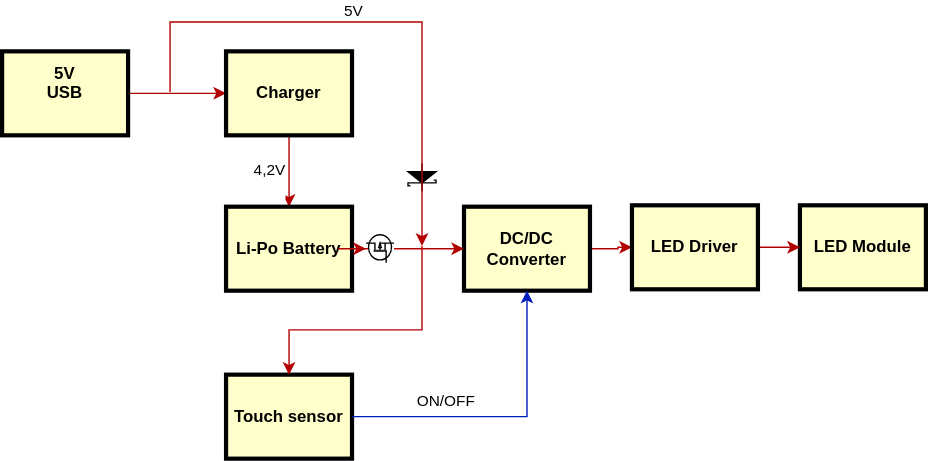
This is Diagram.drawio.svg from EtherEE/Christmas_trEE, a draw.io export, as it was before one commit. Source tidied: cells renumbered, new cells last; positions are measured from the earlier drawing's top-left corner, leaving out a move shared by most shapes. The source it was exported from:
```xml
<mxGraphModel>
  <root>
    <mxCell id="0" />
    <mxCell id="1" parent="0" />
    <mxCell id="2" style="edgeStyle=orthogonalEdgeStyle;rounded=0;jettySize=auto;html=1;fillColor=#e51400;strokeColor=#B20000;" parent="1" edge="1" source="3" target="6">
      <mxGeometry relative="1" as="geometry" />
    </mxCell>
    <mxCell id="3" value="5V&#10;USB&#10;" style="whiteSpace=wrap;align=center;verticalAlign=middle;fontStyle=1;strokeWidth=3;fillColor=#FFFFCC;" parent="1" vertex="1">
      <mxGeometry y="21" width="90" height="60" as="geometry" />
    </mxCell>
    <mxCell id="4" style="edgeStyle=orthogonalEdgeStyle;rounded=0;jettySize=auto;html=1;fillColor=#e51400;strokeColor=#B20000;" parent="1" edge="1" source="6" target="11">
      <mxGeometry relative="1" as="geometry" />
    </mxCell>
    <mxCell id="5" value="&lt;div&gt;4,2V&lt;/div&gt;&lt;div&gt;&lt;br&gt;&lt;/div&gt;" style="edgeLabel;html=1;align=center;verticalAlign=middle;" parent="4" vertex="1">
      <mxGeometry x="-0.07" y="2" relative="1" as="geometry">
        <mxPoint x="-17" y="7" as="offset" />
      </mxGeometry>
    </mxCell>
    <mxCell id="6" value="Charger" style="whiteSpace=wrap;align=center;verticalAlign=middle;fontStyle=1;strokeWidth=3;fillColor=#FFFFCC;" parent="1" vertex="1">
      <mxGeometry x="160" y="21" width="90" height="60" as="geometry" />
    </mxCell>
    <mxCell id="7" style="edgeStyle=orthogonalEdgeStyle;rounded=0;jettySize=auto;html=1;fillColor=#e51400;strokeColor=#B20000;" parent="1" edge="1" source="8" target="13">
      <mxGeometry relative="1" as="geometry" />
    </mxCell>
    <mxCell id="8" value="DC/DC Converter" style="whiteSpace=wrap;align=center;verticalAlign=middle;fontStyle=1;strokeWidth=3;fillColor=#FFFFCC;" parent="1" vertex="1">
      <mxGeometry x="330" y="132" width="90" height="60" as="geometry" />
    </mxCell>
    <mxCell id="9" value="LED Module" style="whiteSpace=wrap;align=center;verticalAlign=middle;fontStyle=1;strokeWidth=3;fillColor=#FFFFCC;" parent="1" vertex="1">
      <mxGeometry x="570" y="131" width="90" height="60" as="geometry" />
    </mxCell>
    <mxCell id="10" style="edgeStyle=orthogonalEdgeStyle;rounded=0;jettySize=auto;html=1;fillColor=#e51400;strokeColor=#B20000;" parent="1" edge="1" source="19" target="8">
      <mxGeometry relative="1" as="geometry" />
    </mxCell>
    <mxCell id="11" value="Li-Po Battery" style="whiteSpace=wrap;align=center;verticalAlign=middle;fontStyle=1;strokeWidth=3;fillColor=#FFFFCC;" parent="1" vertex="1">
      <mxGeometry x="160" y="132" width="90" height="60" as="geometry" />
    </mxCell>
    <mxCell id="12" style="edgeStyle=orthogonalEdgeStyle;rounded=0;jettySize=auto;html=1;fillColor=#e51400;strokeColor=#B20000;" parent="1" edge="1" source="13" target="9">
      <mxGeometry relative="1" as="geometry" />
    </mxCell>
    <mxCell id="13" value="LED Driver" style="whiteSpace=wrap;align=center;verticalAlign=middle;fontStyle=1;strokeWidth=3;fillColor=#FFFFCC;" parent="1" vertex="1">
      <mxGeometry x="450" y="131" width="90" height="60" as="geometry" />
    </mxCell>
    <mxCell id="14" value="Touch sensor" style="whiteSpace=wrap;align=center;verticalAlign=middle;fontStyle=1;strokeWidth=3;fillColor=#FFFFCC;" parent="1" vertex="1">
      <mxGeometry x="160" y="252" width="90" height="60" as="geometry" />
    </mxCell>
    <mxCell id="15" style="fillColor=strokeColor;verticalLabelPosition=bottom;shadow=0;dashed=0;align=center;html=1;verticalAlign=top;shape=mxgraph.electrical.diodes.schottky_diode;rotation=90;" parent="1" vertex="1">
      <mxGeometry x="290" y="101" width="20" height="20" as="geometry" />
    </mxCell>
    <mxCell id="16" style="endArrow=classic;html=1;rounded=0;fillColor=#e51400;strokeColor=#B20000;" parent="1" edge="1">
      <mxGeometry relative="1" as="geometry">
        <mxPoint x="120" y="50" as="sourcePoint" />
        <mxPoint x="300" y="160" as="targetPoint" />
        <Array as="points">
          <mxPoint x="120" />
          <mxPoint x="210" />
          <mxPoint x="300" />
        </Array>
      </mxGeometry>
    </mxCell>
    <mxCell id="17" value="5V" style="edgeLabel;html=1;align=center;verticalAlign=middle;" parent="16" vertex="1">
      <mxGeometry x="-0.07" relative="1" as="geometry">
        <mxPoint x="-2" y="-9" as="offset" />
      </mxGeometry>
    </mxCell>
    <mxCell id="18" style="edgeStyle=orthogonalEdgeStyle;rounded=0;jettySize=auto;html=1;fillColor=#e51400;strokeColor=#B20000;" parent="1" edge="1" source="11" target="19">
      <mxGeometry relative="1" as="geometry" />
    </mxCell>
    <mxCell id="19" style="verticalLabelPosition=bottom;shadow=0;dashed=0;align=center;html=1;verticalAlign=top;shape=mxgraph.electrical.mosfets1.p-channel_mosfet_1;rotation=-90;" parent="1" vertex="1">
      <mxGeometry x="260" y="152" width="20" height="20" as="geometry" />
    </mxCell>
    <mxCell id="20" style="edgeStyle=orthogonalEdgeStyle;rounded=0;jettySize=auto;html=1;fillColor=#e51400;strokeColor=#B20000;entryX=0.5;entryY=0;entryDx=0;entryDy=0;" parent="1" edge="1" target="14">
      <mxGeometry relative="1" as="geometry">
        <mxPoint x="300" y="160" as="sourcePoint" />
        <Array as="points">
          <mxPoint x="300" y="220" />
          <mxPoint x="205" y="220" />
        </Array>
      </mxGeometry>
    </mxCell>
    <mxCell id="21" style="edgeStyle=orthogonalEdgeStyle;rounded=0;jettySize=auto;html=1;fillColor=#0050ef;strokeColor=#001DBC;exitX=1;exitY=0.5;exitDx=0;exitDy=0;entryX=0.5;entryY=1;entryDx=0;entryDy=0;" parent="1" edge="1" source="14" target="8">
      <mxGeometry relative="1" as="geometry" />
    </mxCell>
    <mxCell id="22" value="ON/OFF" style="edgeLabel;html=1;align=center;verticalAlign=middle;" parent="21" vertex="1">
      <mxGeometry x="-0.39" y="-2" relative="1" as="geometry">
        <mxPoint y="-14" as="offset" />
      </mxGeometry>
    </mxCell>
  </root>
</mxGraphModel>
```
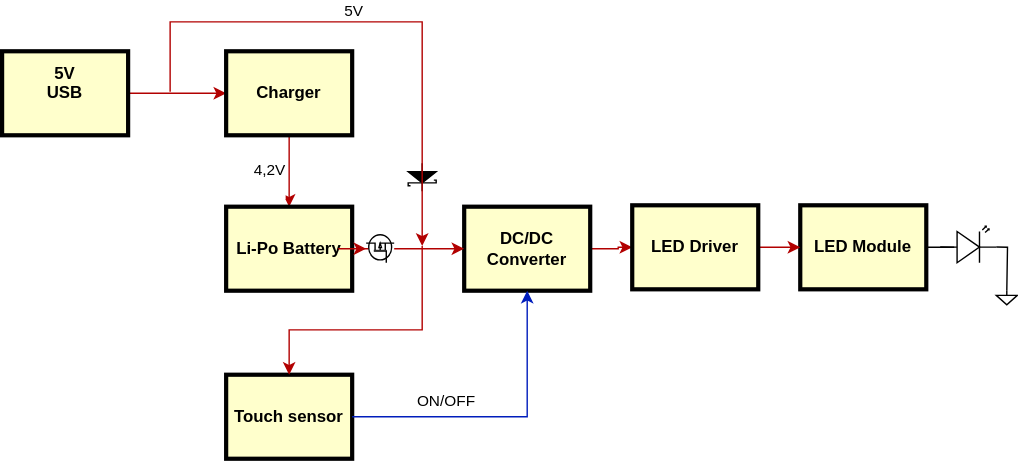
After the commit.

What changed in the source:
```diff
@@ -25,6 +25,9 @@
     <mxCell id="8" value="DC/DC Converter" style="whiteSpace=wrap;align=center;verticalAlign=middle;fontStyle=1;strokeWidth=3;fillColor=#FFFFCC;" parent="1" vertex="1">
       <mxGeometry x="330" y="132" width="90" height="60" as="geometry" />
     </mxCell>
+    <mxCell id="23" style="edgeStyle=orthogonalEdgeStyle;rounded=0;jettySize=auto;html=1;endArrow=none;endFill=0;entryX=0;entryY=0.57;entryDx=0;entryDy=0;entryPerimeter=0;" parent="1" edge="1" source="9" target="24">
+      <mxGeometry relative="1" as="geometry" />
+    </mxCell>
     <mxCell id="9" value="LED Module" style="whiteSpace=wrap;align=center;verticalAlign=middle;fontStyle=1;strokeWidth=3;fillColor=#FFFFCC;" parent="1" vertex="1">
       <mxGeometry x="570" y="131" width="90" height="60" as="geometry" />
     </mxCell>
@@ -85,5 +88,18 @@
         <mxPoint y="-14" as="offset" />
       </mxGeometry>
     </mxCell>
+    <mxCell id="24" style="verticalLabelPosition=bottom;shadow=0;dashed=0;align=center;html=1;verticalAlign=top;shape=mxgraph.electrical.opto_electronics.led_2;" parent="1" vertex="1">
+      <mxGeometry x="670" y="146" width="40" height="26" as="geometry" />
+    </mxCell>
+    <mxCell id="25" style="verticalLabelPosition=bottom;shadow=0;dashed=0;align=center;html=1;verticalAlign=top;shape=mxgraph.electrical.signal_sources.signal_ground;" parent="1" vertex="1">
+      <mxGeometry x="710" y="192" width="15" height="10" as="geometry" />
+    </mxCell>
+    <mxCell id="26" style="endArrow=none;html=1;rounded=0;entryX=1;entryY=0.57;entryDx=0;entryDy=0;entryPerimeter=0;exitX=0.5;exitY=0;exitDx=0;exitDy=0;exitPerimeter=0;" parent="1" edge="1" source="25" target="24">
+      <mxGeometry relative="1" as="geometry">
+        <Array as="points">
+          <mxPoint x="718" y="161" />
+        </Array>
+      </mxGeometry>
+    </mxCell>
   </root>
 </mxGraphModel>
```
